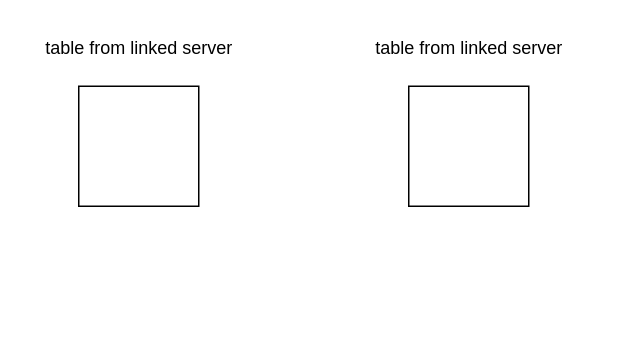
George-giorgi/query keeps this draw.io diagram as Untitled Diagram.drawio. Above is the earlier version. Source tidied: cells renumbered, new cells numbered last; positions are measured from the earlier drawing's top-left corner, leaving out a move shared by most shapes. Both pictures are drawn from the tidied source at 150%, with x=0, y=0 at pixel (26, 26).
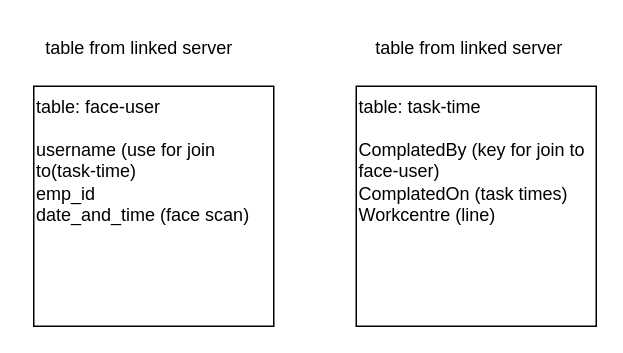
After the change.

The edit, as a diff of the source:
```diff
@@
 <mxGraphModel>
   <root>
     <mxCell id="0" />
     <mxCell id="1" parent="0" />
-    <mxCell id="2" style="whiteSpace=wrap;html=1;" parent="1" vertex="1">
-      <mxGeometry x="35" y="40" width="80" height="80" as="geometry" />
+    <mxCell id="2" value="table: face-user&lt;div&gt;&lt;br&gt;&lt;/div&gt;&lt;div&gt;username (use for join to(task-time)&lt;/div&gt;&lt;div&gt;emp_id&lt;/div&gt;&lt;div&gt;date_and_time (face scan)&lt;/div&gt;" style="whiteSpace=wrap;html=1;align=left;verticalAlign=top;" parent="1" vertex="1">
+      <mxGeometry x="5" y="40" width="160" height="160" as="geometry" />
     </mxCell>
-    <mxCell id="3" style="whiteSpace=wrap;html=1;" parent="1" vertex="1">
-      <mxGeometry x="255" y="40" width="80" height="80" as="geometry" />
+    <mxCell id="3" value="table: task-time&lt;div&gt;&lt;br&gt;&lt;/div&gt;&lt;div&gt;ComplatedBy (key for join to face-user)&lt;/div&gt;&lt;div&gt;ComplatedOn (task times)&lt;/div&gt;&lt;div&gt;Workcentre (line)&lt;/div&gt;" style="whiteSpace=wrap;html=1;align=left;verticalAlign=top;" parent="1" vertex="1">
+      <mxGeometry x="220" y="40" width="160" height="160" as="geometry" />
     </mxCell>
     <mxCell id="4" value="table from linked server" style="text;html=1;align=center;verticalAlign=middle;strokeColor=none;fillColor=none;" parent="1" vertex="1">
       <mxGeometry width="150" height="30" as="geometry" />
     </mxCell>
     <mxCell id="5" value="table from linked server" style="text;html=1;align=center;verticalAlign=middle;strokeColor=none;fillColor=none;" parent="1" vertex="1">
       <mxGeometry x="220" width="150" height="30" as="geometry" />
     </mxCell>
   </root>
 </mxGraphModel>
```
